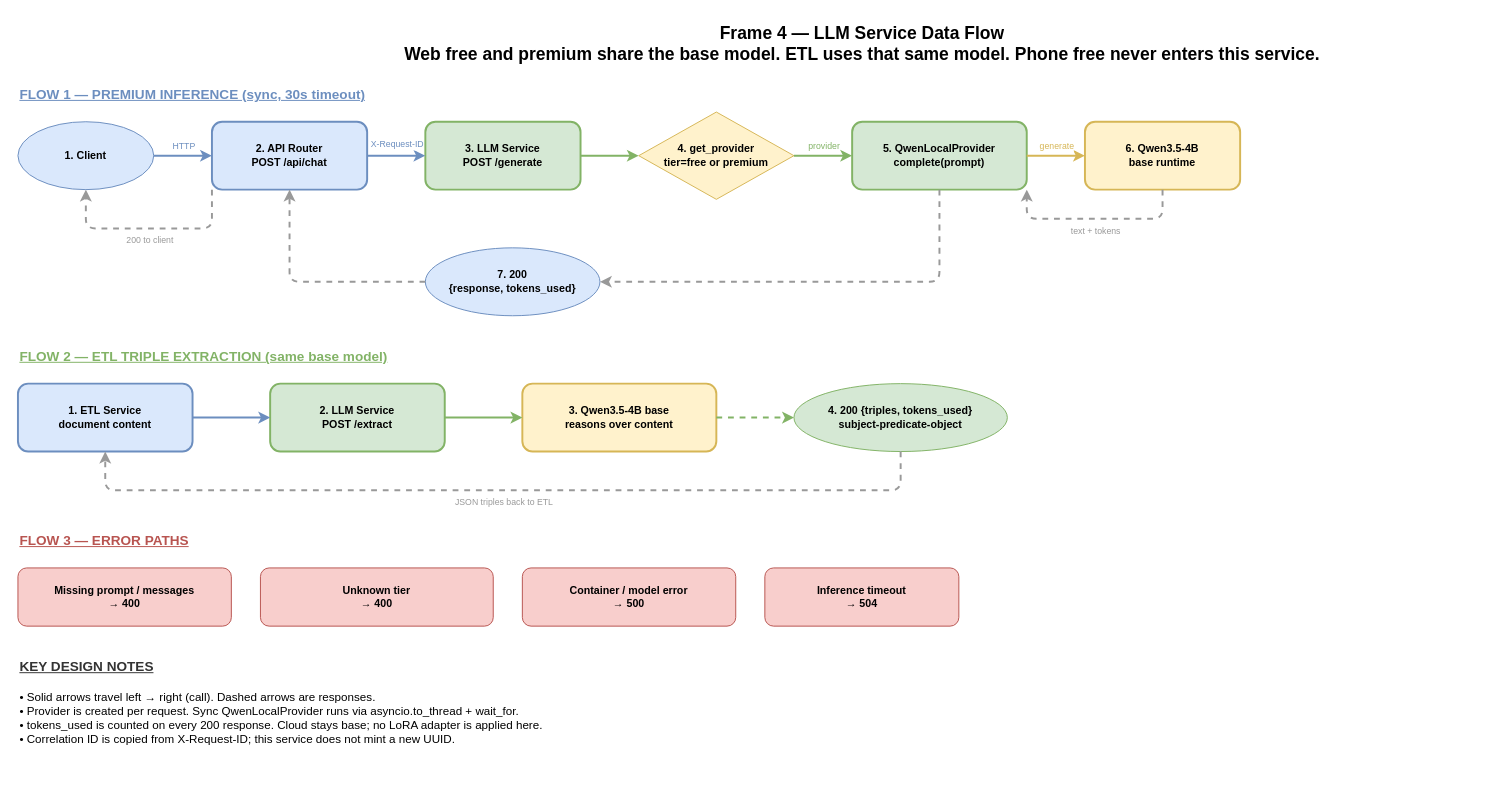
Above: openspec/changes/objective-4-llm-inference-finetuning/output/llm/diagrams/llm-dataflow.drawio in da-ros/llm-brain (draw.io), before the change. Source tidied: cells renumbered, new cells numbered last; positions are measured from the earlier drawing's top-left corner, leaving out a move shared by most shapes. Both pictures are drawn from the tidied source at 97%, with x=0, y=0 at pixel (17, 16).
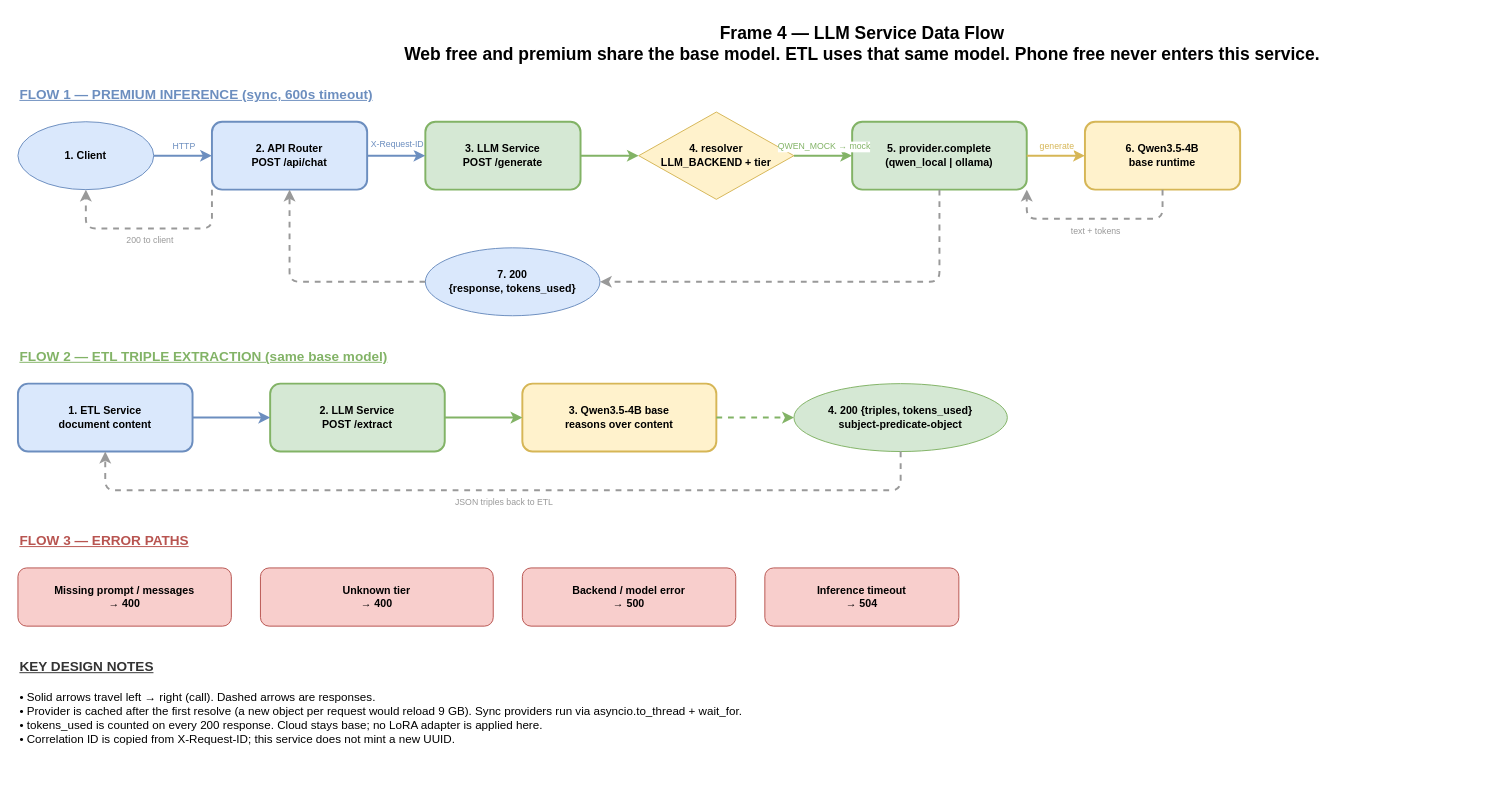
After the change.

Unchanged cells that the change refers to:
```xml
<mxCell id="16" style="edgeStyle=orthogonalEdgeStyle;rounded=1;html=1;strokeWidth=2;endArrow=classic;strokeColor=#82b366;exitX=1;exitY=0.5;exitDx=0;exitDy=0;entryX=0;entryY=0.5;entryDx=0;entryDy=0;" parent="1" edge="1" source="7" target="8">
  <mxGeometry relative="1" as="geometry" />
</mxCell>
```

Diff of the diagram source:
```diff
@@
-    <mxCell id="3" value="FLOW 1 — PREMIUM INFERENCE (sync, 30s timeout)" style="text;html=1;align=left;verticalAlign=middle;strokeColor=none;fillColor=none;fontSize=14;fontStyle=5;fontColor=#6c8ebf;" parent="1" vertex="1">
+    <mxCell id="3" value="FLOW 1 — PREMIUM INFERENCE (sync, 600s timeout)" style="text;html=1;align=left;verticalAlign=middle;strokeColor=none;fillColor=none;fontSize=14;fontStyle=5;fontColor=#6c8ebf;" parent="1" vertex="1">
       <mxGeometry y="68" width="520" height="24" as="geometry" />
     </mxCell>
@@
-    <mxCell id="7" value="4. get_provider&#10;tier=free or premium" style="rhombus;whiteSpace=wrap;html=1;fillColor=#fff2cc;strokeColor=#d6b656;fontSize=11;fontStyle=1;" parent="1" vertex="1">
+    <mxCell id="7" value="4. resolver&#10;LLM_BACKEND + tier" style="rhombus;whiteSpace=wrap;html=1;fillColor=#fff2cc;strokeColor=#d6b656;fontSize=11;fontStyle=1;" parent="1" vertex="1">
       <mxGeometry x="640" y="98" width="160" height="90" as="geometry" />
     </mxCell>
-    <mxCell id="8" value="5. QwenLocalProvider&#10;complete(prompt)" style="rounded=1;whiteSpace=wrap;html=1;fillColor=#d5e8d4;strokeColor=#82b366;fontSize=11;fontStyle=1;strokeWidth=2;" parent="1" vertex="1">
+    <mxCell id="8" value="5. provider.complete&#10;(qwen_local | ollama)" style="rounded=1;whiteSpace=wrap;html=1;fillColor=#d5e8d4;strokeColor=#82b366;fontSize=11;fontStyle=1;strokeWidth=2;" parent="1" vertex="1">
       <mxGeometry x="860" y="108" width="180" height="70" as="geometry" />
     </mxCell>
@@
-    <mxCell id="17" value="provider" style="edgeLabel;html=1;align=center;verticalAlign=middle;fontSize=9;fontColor=#82b366;" parent="16" vertex="1">
+    <mxCell id="17" value="QWEN_MOCK → mock" style="edgeLabel;html=1;align=center;verticalAlign=middle;fontSize=9;fontColor=#82b366;" parent="16" vertex="1">
       <mxGeometry relative="1" as="geometry">
         <mxPoint y="-10" as="offset" />
       </mxGeometry>
     </mxCell>
@@
-    <mxCell id="39" value="Container / model error&#10;→ 500" style="rounded=1;whiteSpace=wrap;html=1;fillColor=#f8cecc;strokeColor=#b85450;fontSize=11;fontStyle=1;" parent="1" vertex="1">
+    <mxCell id="39" value="Backend / model error&#10;→ 500" style="rounded=1;whiteSpace=wrap;html=1;fillColor=#f8cecc;strokeColor=#b85450;fontSize=11;fontStyle=1;" parent="1" vertex="1">
       <mxGeometry x="520" y="568" width="220" height="60" as="geometry" />
     </mxCell>
@@
-    <mxCell id="42" value="• Solid arrows travel left → right (call). Dashed arrows are responses.&#10;• Provider is created per request. Sync QwenLocalProvider runs via asyncio.to_thread + wait_for.&#10;• tokens_used is counted on every 200 response. Cloud stays base; no LoRA adapter is applied here.&#10;• Correlation ID is copied from X-Request-ID; this service does not mint a new UUID." style="text;html=1;align=left;verticalAlign=top;strokeColor=none;fillColor=none;fontSize=12;" parent="1" vertex="1">
+    <mxCell id="42" value="• Solid arrows travel left → right (call). Dashed arrows are responses.&#10;• Provider is cached after the first resolve (a new object per request would reload 9 GB). Sync providers run via asyncio.to_thread + wait_for.&#10;• tokens_used is counted on every 200 response. Cloud stays base; no LoRA adapter is applied here.&#10;• Correlation ID is copied from X-Request-ID; this service does not mint a new UUID." style="text;html=1;align=left;verticalAlign=top;strokeColor=none;fillColor=none;fontSize=12;" parent="1" vertex="1">
       <mxGeometry y="688" width="1200" height="90" as="geometry" />
     </mxCell>
```
